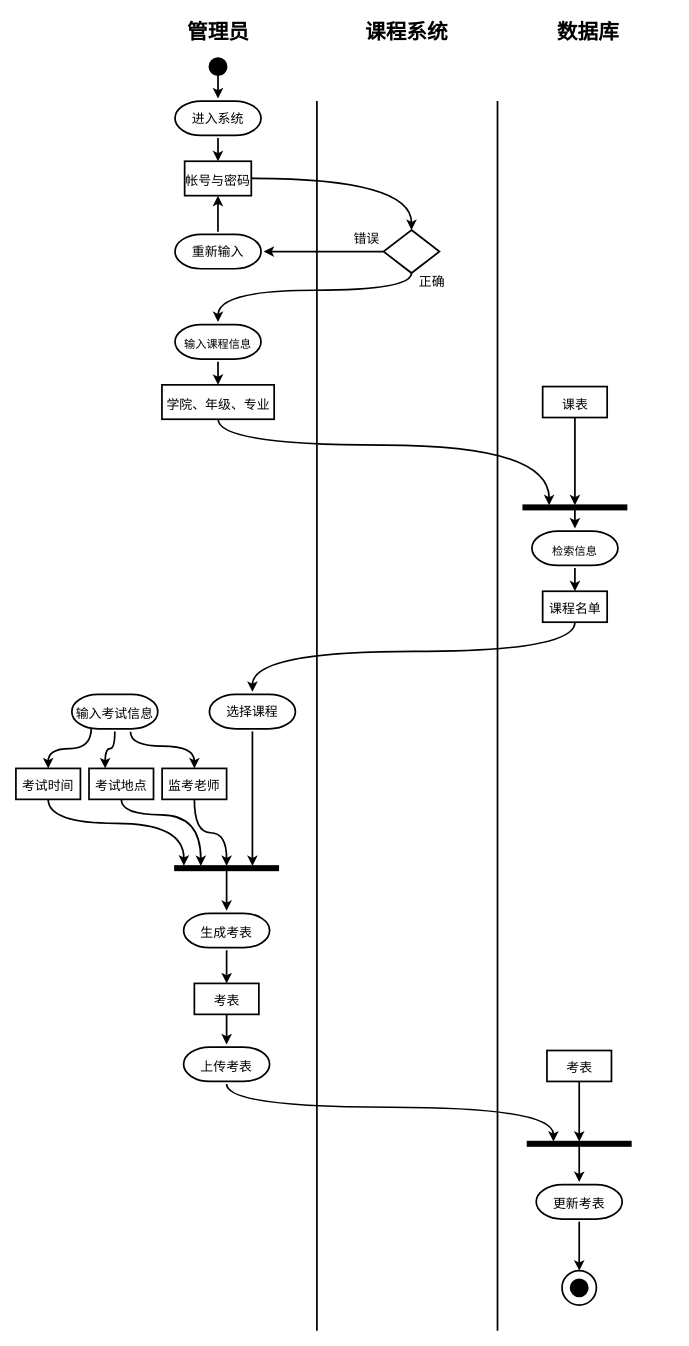
Before: page "安排考表" (8 of 12) of 活动图/action.drawio in bupt-juniorTeam/OOAD, a draw.io diagram. Source tidied: cells renumbered, new cells numbered last; positions are measured from the earlier drawing's top-left corner, leaving out a move shared by most shapes. Both pictures are drawn from the tidied source at 86%, with x=0, y=0 at pixel (15, 15).
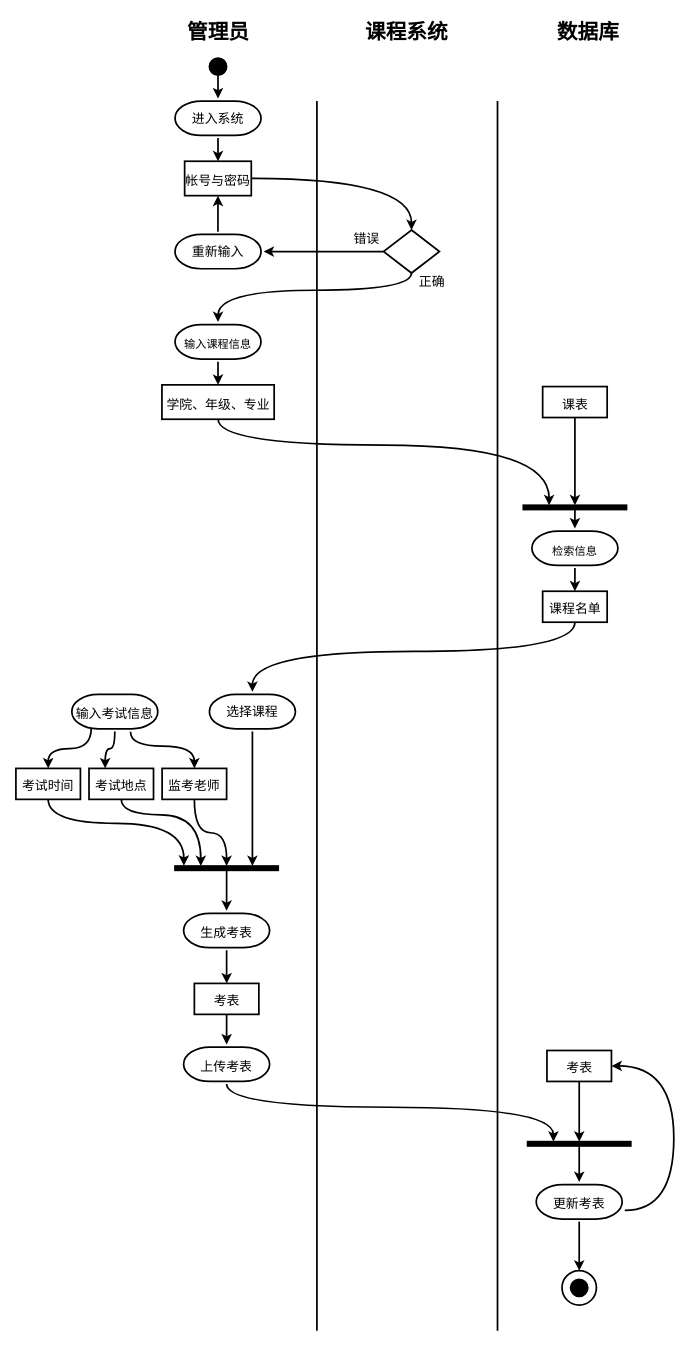
The same diagram, later.

The change refers to these unchanged cells:
```xml
<mxCell id="55" value="&lt;font style=&quot;font-size: 15px&quot;&gt;考表&lt;/font&gt;" style="rounded=0;whiteSpace=wrap;html=1;strokeWidth=2;fontSize=21;" parent="1" vertex="1">
  <mxGeometry x="617.5" y="1204" width="75" height="36" as="geometry" />
</mxCell>
<mxCell id="59" value="&lt;font style=&quot;font-size: 15px&quot;&gt;更新考表&lt;/font&gt;" style="strokeWidth=2;html=1;shape=mxgraph.flowchart.terminator;whiteSpace=wrap;perimeterSpacing=3;fontSize=21;" parent="1" vertex="1">
  <mxGeometry x="605" y="1360" width="100" height="40" as="geometry" />
</mxCell>
```

The edit, as a diff of the source:
```diff
@@
+    <mxCell id="60" style="edgeStyle=orthogonalEdgeStyle;curved=1;rounded=0;jettySize=auto;html=1;entryX=1;entryY=0.5;entryDx=0;entryDy=0;strokeWidth=2;" parent="1" edge="1" source="59" target="55">
+      <mxGeometry relative="1" as="geometry">
+        <Array as="points">
+          <mxPoint x="765" y="1390" />
+          <mxPoint x="765" y="1222" />
+        </Array>
+      </mxGeometry>
+    </mxCell>
```
